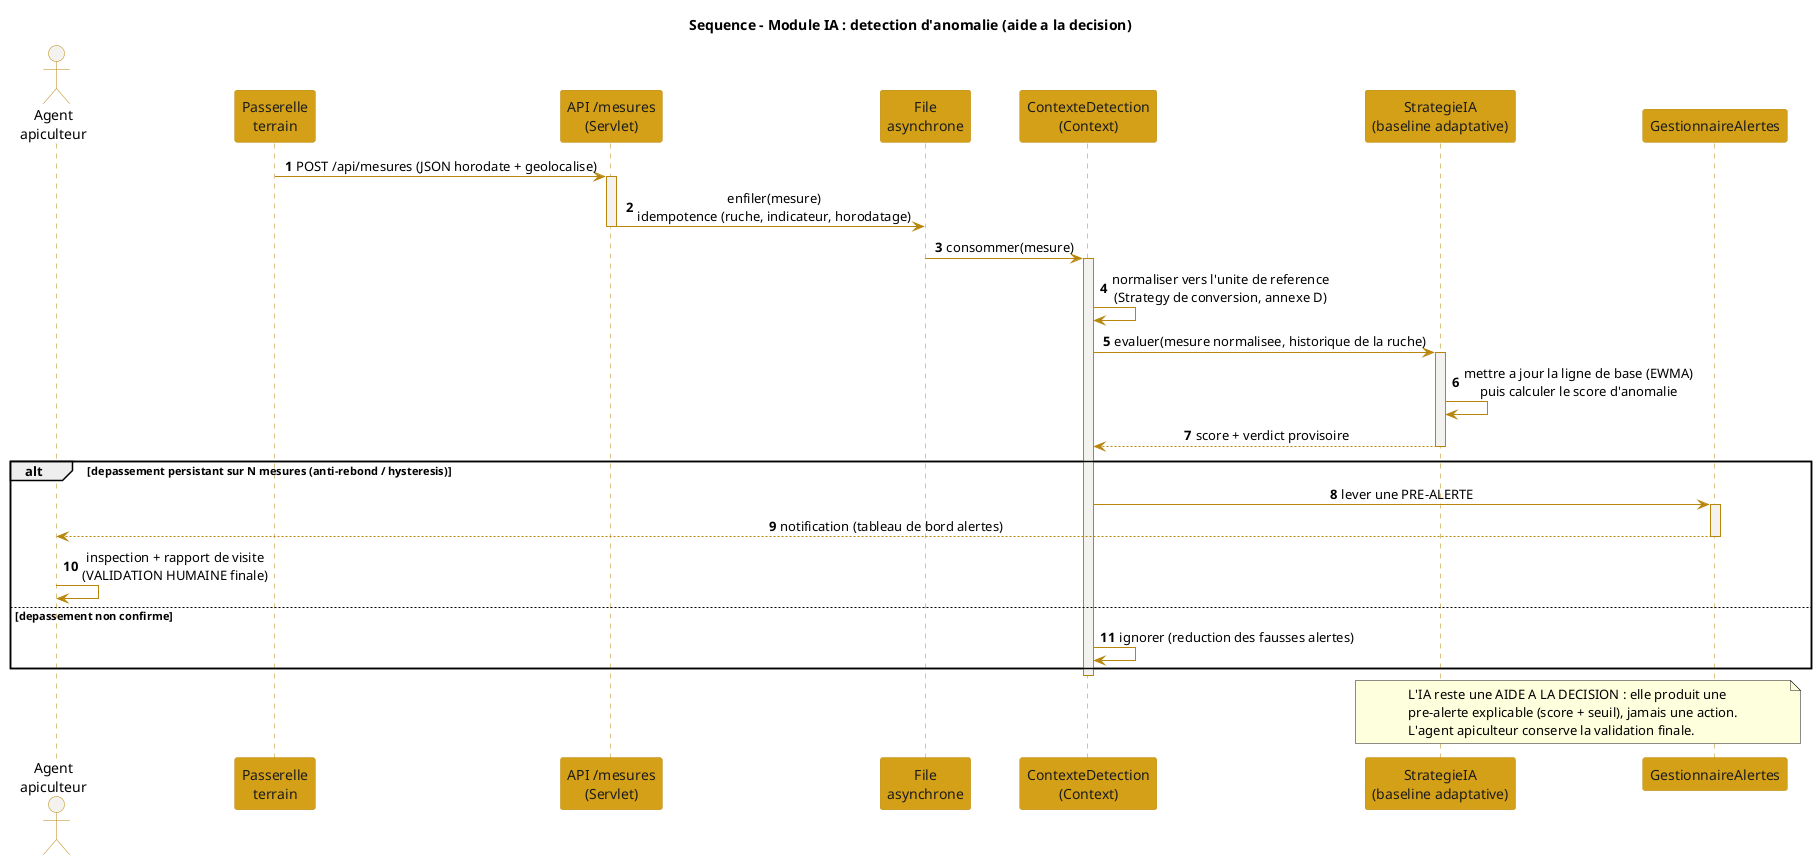
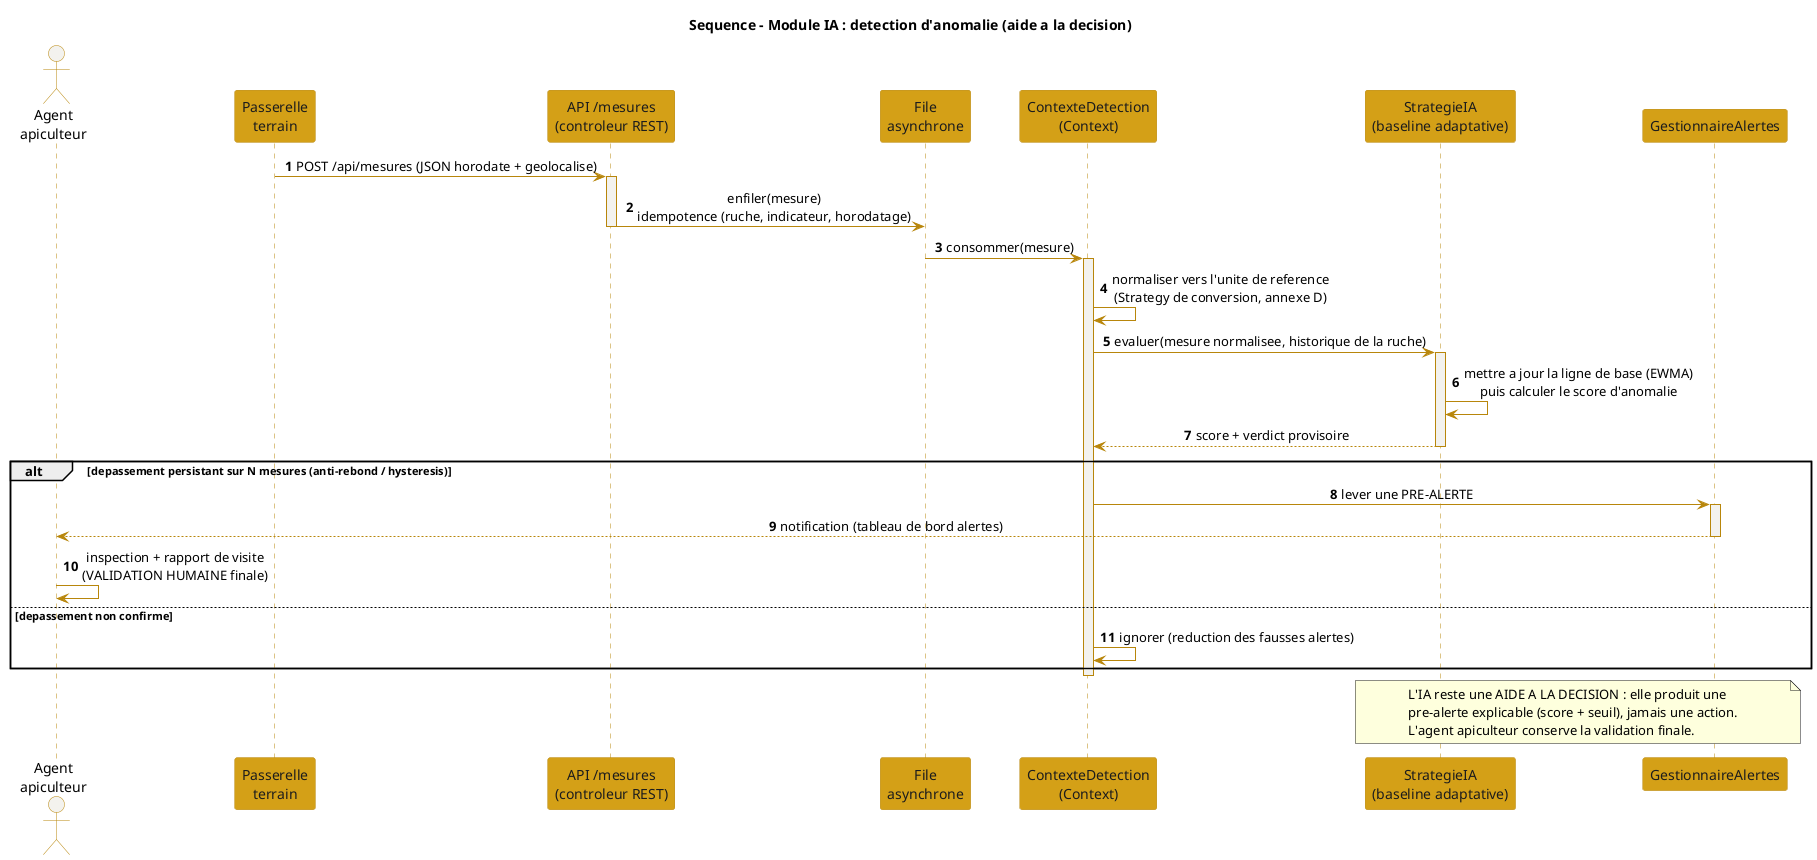
@startuml diagramme_sequence_ia_detection
' Diagramme de sequence - Module IA : detection d'anomalie en aide a la decision
' L'IA produit une pre-alerte ; l'agent conserve la validation finale.
skinparam shadowing false
skinparam sequenceMessageAlign center
skinparam ParticipantPadding 14
skinparam BoxPadding 12
skinparam sequence {
  ArrowColor #B8860B
  LifeLineBorderColor #B8860B
  LifeLineBackgroundColor #F3F2EE
  ParticipantBorderColor #B8860B
  ParticipantBackgroundColor #D4A017
  ParticipantFontColor #1C1C1C
  ActorBorderColor #B8860B
  ActorBackgroundColor #F3F2EE
}
title Sequence - Module IA : detection d'anomalie (aide a la decision)

actor "Agent\napiculteur" as Agent
participant "Passerelle\nterrain" as Passerelle
- participant "API /mesures\n(Servlet)" as API
+ participant "API /mesures\n(controleur REST)" as API
participant "File\nasynchrone" as File
participant "ContexteDetection\n(Context)" as Contexte
participant "StrategieIA\n(baseline adaptative)" as IA
participant "GestionnaireAlertes" as Alertes

autonumber

Passerelle -> API : POST /api/mesures (JSON horodate + geolocalise)
activate API
API -> File : enfiler(mesure)\nidempotence (ruche, indicateur, horodatage)
deactivate API

File -> Contexte : consommer(mesure)
activate Contexte
Contexte -> Contexte : normaliser vers l'unite de reference\n(Strategy de conversion, annexe D)
Contexte -> IA : evaluer(mesure normalisee, historique de la ruche)
activate IA
IA -> IA : mettre a jour la ligne de base (EWMA)\npuis calculer le score d'anomalie
IA --> Contexte : score + verdict provisoire
deactivate IA

alt depassement persistant sur N mesures (anti-rebond / hysteresis)
  Contexte -> Alertes : lever une PRE-ALERTE
  activate Alertes
  Alertes --> Agent : notification (tableau de bord alertes)
  deactivate Alertes
  Agent -> Agent : inspection + rapport de visite\n(VALIDATION HUMAINE finale)
else depassement non confirme
  Contexte -> Contexte : ignorer (reduction des fausses alertes)
end
deactivate Contexte

note over IA, Alertes
  L'IA reste une AIDE A LA DECISION : elle produit une
  pre-alerte explicable (score + seuil), jamais une action.
  L'agent apiculteur conserve la validation finale.
end note

@enduml
